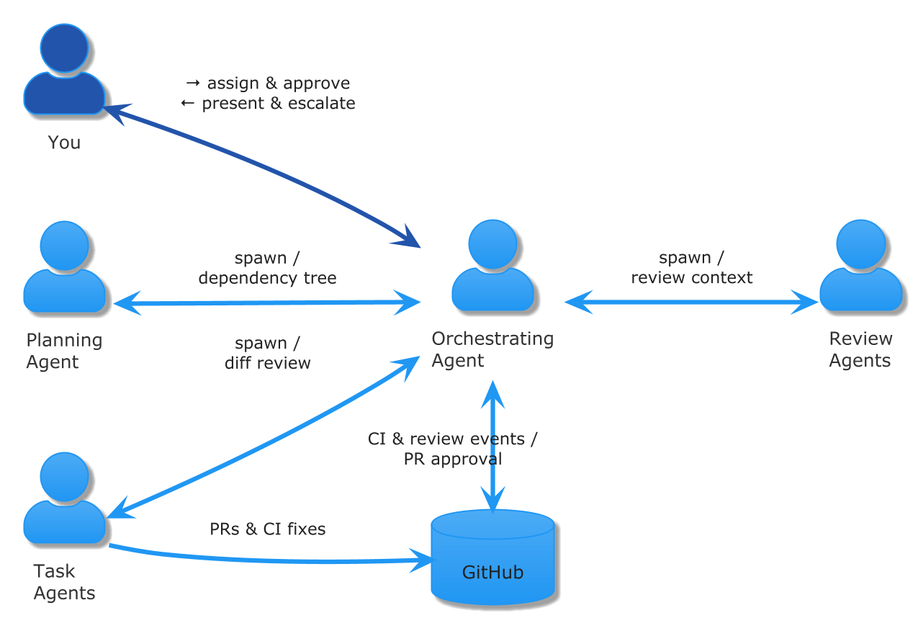
This is docs/orchestration.png from evanisnor/agent-workflow, a PlantUML export, as it was before one commit.
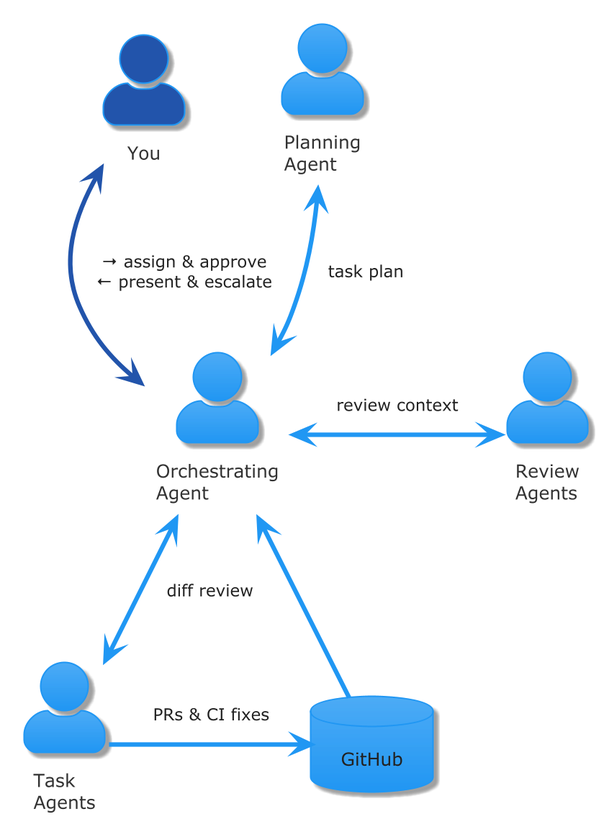
Later version of the same file.

Commit message:
Refine orchestration diagram labels and layout

The edit, as a diff of the source:
```diff
@@ -7,25 +7,28 @@
 skinparam actorFontSize 12
 skinparam actorFontColor #333333
 
-left to right direction
+top to bottom direction
 
 actor "Planning\nAgent" as pa
-actor "Task\nAgents" as ta
+actor "You" as human #2255AA
 
-actor "You" as human #2255AA
 actor "Orchestrating\nAgent" as oa
 
+actor "Task\nAgents" as ta
 actor "Review\nAgents" as ra
 database "GitHub" as gh
 
 human <-[#2255AA]-> oa : "→ assign & approve\n← present & escalate"
 
-oa <-up-> pa : spawn /\ndependency tree
-oa <-up-> ta : spawn /\ndiff review
+human -[hidden]right-> pa
+
+oa <-up-> pa : task plan
+
+oa <-down-> ta : diff review
 
 ta -right-> gh : PRs & CI fixes
-gh <-left-> oa : CI & review events /\nPR approval
+gh -up-> oa
 
-oa <-down-> ra : spawn /\nreview context
+oa <-right-> ra : review context
 
 @enduml
```
